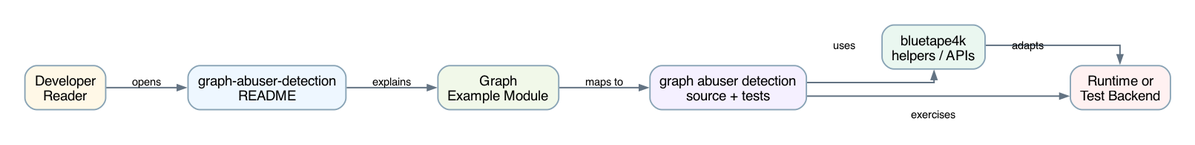
Before: docs/images/readme-diagrams/graph-abuser-detection-readme-architecture-01.png, a diagram exported from Graphviz (bluetape4k/bluetape4k-workshop). Its source is kept beside it as docs/images/readme-diagrams/graph-abuser-detection-readme-architecture-01.dot.
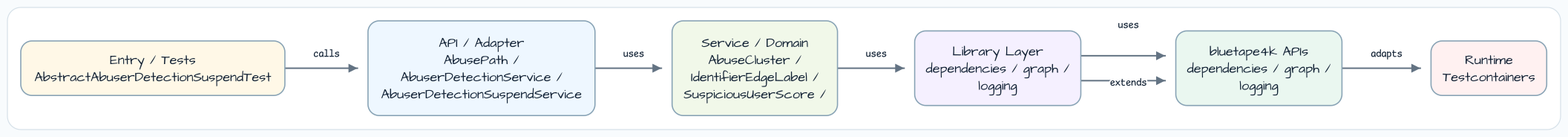
After the change.

The edit, as a diff of the source:
```diff
@@ -14,7 +14,7 @@
     penwidth=1.4,
     color="#88A3B5",
     fillcolor="#F6FAFF",
-    fontname="Helvetica",
+    fontname="Architects Daughter",
     fontsize=14,
     margin="0.14,0.10"
   ];
@@ -22,21 +22,21 @@
     color="#637383",
     arrowsize=0.8,
     penwidth=1.5,
-    fontname="Helvetica",
+    fontname="Comic Mono",
     fontsize=11
   ];
 
-  reader [label="Developer\nReader", fillcolor="#FFF8E7"];
-  readme [label="graph-abuser-detection\nREADME", fillcolor="#EEF7FF"];
-  module [label="Graph\nExample Module", fillcolor="#F1F8E9"];
-  source [label="graph abuser detection\nsource + tests", fillcolor="#F5F0FF"];
-  bt [label="bluetape4k\nhelpers / APIs", fillcolor="#EAF7F0"];
-  runtime [label="Runtime or\nTest Backend", fillcolor="#FFF1F1"];
+  entry [label="Entry / Tests\nAbstractAbuserDetectionSuspendTest", fillcolor="#FFF8E7"];
+  api [label="API / Adapter\nAbusePath /\nAbuserDetectionService /\nAbuserDetectionSuspendService", fillcolor="#EEF7FF"];
+  service [label="Service / Domain\nAbuseCluster /\nIdentifierEdgeLabel /\nSuspiciousUserScore /", fillcolor="#F1F8E9"];
+  infra [label="Library Layer\ndependencies / graph /\nlogging", fillcolor="#F5F0FF"];
+  bt [label="bluetape4k APIs\ndependencies / graph /\nlogging", fillcolor="#EAF7F0"];
+  runtime [label="Runtime\nTestcontainers", fillcolor="#FFF1F1"];
 
-  reader -> readme [label="opens"];
-  readme -> module [label="explains"];
-  module -> source [label="maps to"];
-  source -> bt [label="uses"];
-  source -> runtime [label="exercises"];
+  entry -> api [label="calls"];
+  api -> service [label="uses"];
+  service -> infra [label="uses"];
+  infra -> bt [label="uses"];
+  infra -> bt [label="extends"];
   bt -> runtime [label="adapts"];
 }
```
